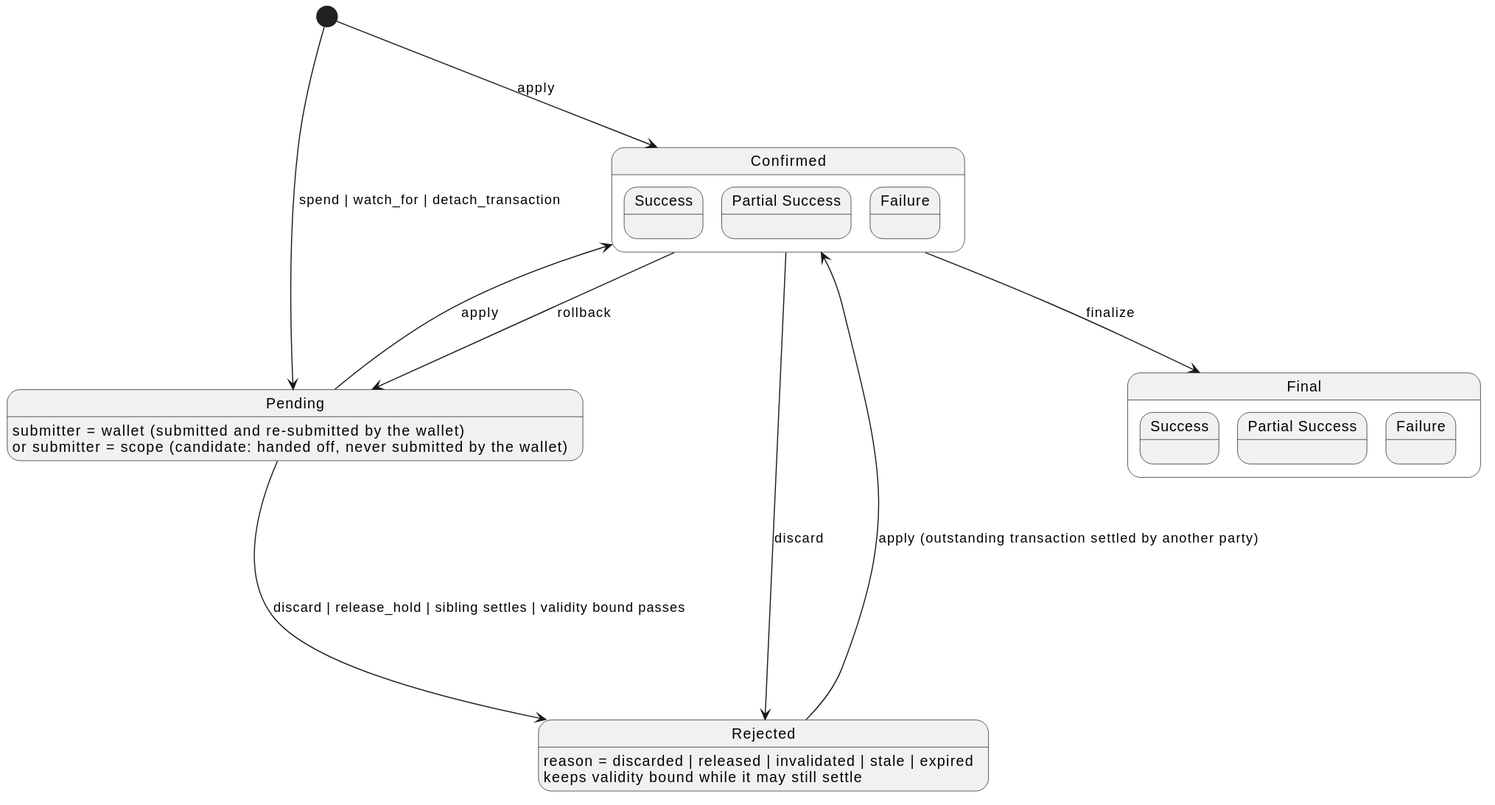
This is diagrams/tx-lifecycle.svg from acedward/midnight-utxo-pinning, a PlantUML export, as it was before one commit. Source of this version:
```plantuml
@startuml
skinparam nodesep 100
skinparam ranksep 100

state confirmed as "Confirmed" {
  state success as "Success"
  state partialSuccess as "Partial Success"
  state failure as "Failure"
}
state pending as "Pending": submitter = wallet (submitted and re-submitted by the wallet)\nor submitter = scope (candidate: handed off, never submitted by the wallet)

state final as "Final" {
  state successF as "Success"
  state partialSuccessF as "Partial Success"
  state failureF as "Failure"
}

state rejected as "Rejected": reason = discarded | released | invalidated | stale | expired\nkeeps validity bound while it may still settle

[*] --> pending : spend | watch_for | detach_transaction
[*] --> confirmed : apply
pending --> confirmed : apply
confirmed --> final : finalize
confirmed --> pending : rollback
pending ---> rejected : discard | release_hold | sibling settles | validity bound passes
rejected --> confirmed : apply (outstanding transaction settled by another party)
confirmed --> rejected : discard
@enduml
```
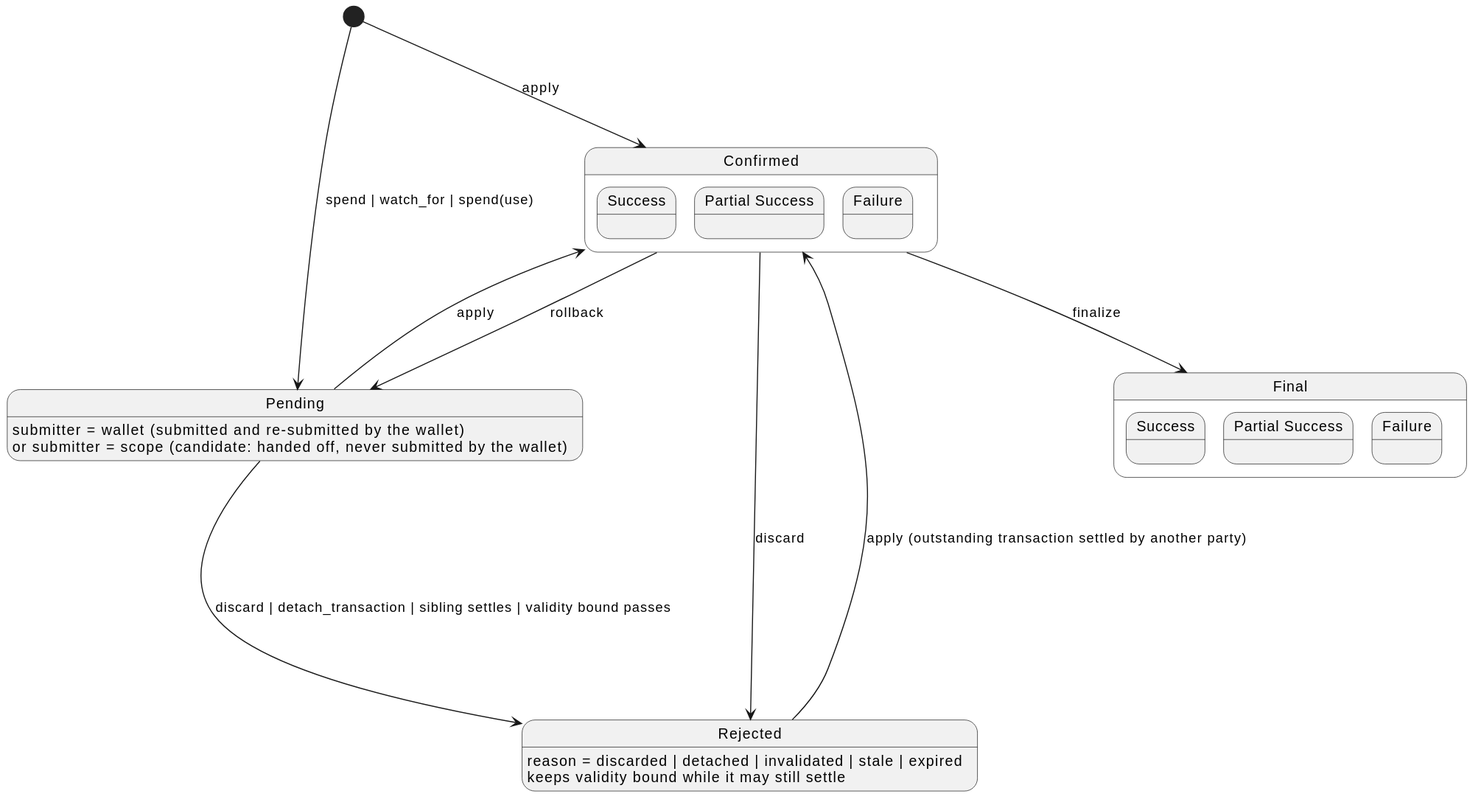
Later version of the same file.

The edit, as a diff of the source:
```diff
@@ -15,14 +15,14 @@
   state failureF as "Failure"
 }
 
-state rejected as "Rejected": reason = discarded | released | invalidated | stale | expired\nkeeps validity bound while it may still settle
+state rejected as "Rejected": reason = discarded | detached | invalidated | stale | expired\nkeeps validity bound while it may still settle
 
-[*] --> pending : spend | watch_for | detach_transaction
+[*] --> pending : spend | watch_for | spend(use)
 [*] --> confirmed : apply
 pending --> confirmed : apply
 confirmed --> final : finalize
 confirmed --> pending : rollback
-pending ---> rejected : discard | release_hold | sibling settles | validity bound passes
+pending ---> rejected : discard | detach_transaction | sibling settles | validity bound passes
 rejected --> confirmed : apply (outstanding transaction settled by another party)
 confirmed --> rejected : discard
 @enduml
```
